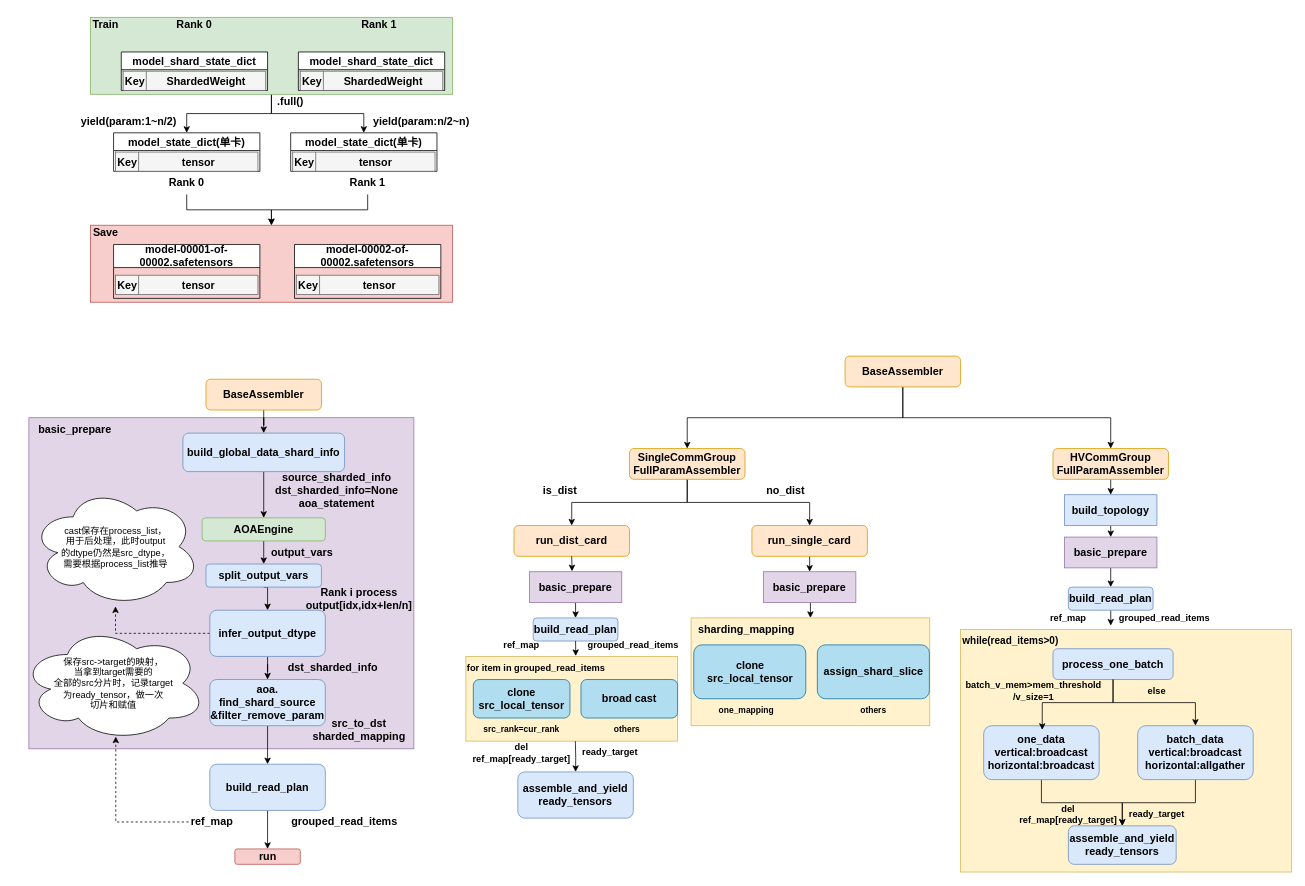
This is drawio_images/fullparam.drawio from zty-king/zty-king, a draw.io file, before an edit. Source tidied: cells renumbered, new cells numbered last; positions are measured from the earlier drawing's top-left corner, leaving out a move shared by most shapes. Both pictures are drawn from the tidied source at 77%, with x=0, y=0 at pixel (13, 13).
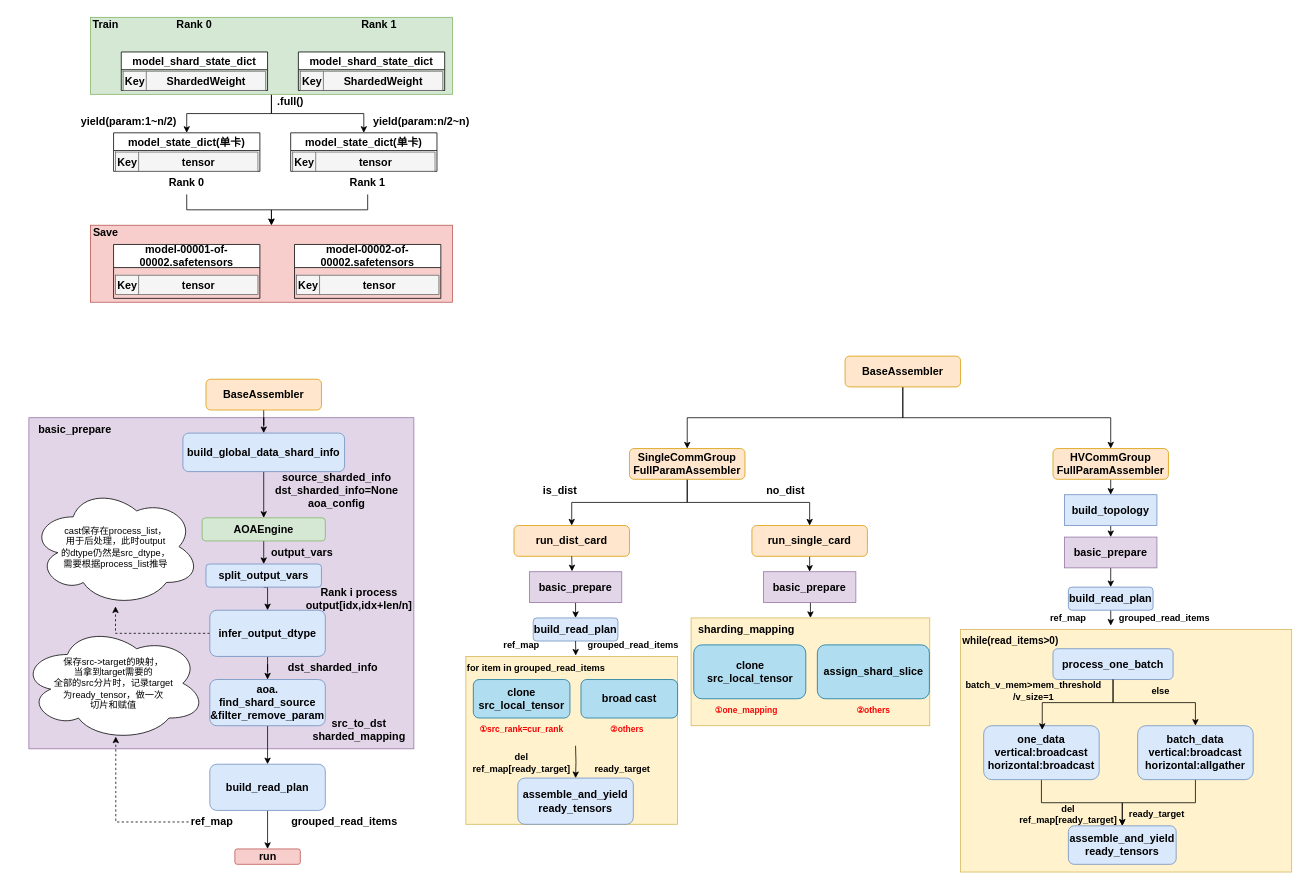
The same page after the edit.

What changed in the source:
```diff
@@
-    <mxCell id="54" value="&lt;div&gt;&lt;font style=&quot;font-size: 14px;&quot;&gt;&lt;b&gt;source_sharded_info&lt;/b&gt;&lt;b&gt;&lt;/b&gt;&lt;/font&gt;&lt;/div&gt;&lt;font style=&quot;font-size: 14px;&quot;&gt;&lt;b&gt;dst_sharded_info=None&lt;/b&gt;&lt;/font&gt;&lt;div&gt;&lt;font style=&quot;font-size: 14px;&quot;&gt;&lt;b&gt;aoa_statement&lt;/b&gt;&lt;/font&gt;&lt;/div&gt;" style="text;html=1;whiteSpace=wrap;strokeColor=none;fillColor=none;align=center;verticalAlign=middle;rounded=0;" parent="1" vertex="1">
+    <mxCell id="54" value="&lt;div&gt;&lt;font style=&quot;font-size: 14px;&quot;&gt;&lt;b&gt;source_sharded_info&lt;/b&gt;&lt;b&gt;&lt;/b&gt;&lt;/font&gt;&lt;/div&gt;&lt;font style=&quot;font-size: 14px;&quot;&gt;&lt;b&gt;dst_sharded_info=None&lt;/b&gt;&lt;/font&gt;&lt;div&gt;&lt;font style=&quot;font-size: 14px;&quot;&gt;&lt;b&gt;aoa_config&lt;/b&gt;&lt;/font&gt;&lt;/div&gt;" style="text;html=1;whiteSpace=wrap;strokeColor=none;fillColor=none;align=center;verticalAlign=middle;rounded=0;" parent="1" vertex="1">
       <mxGeometry x="390" y="605" width="60" height="30" as="geometry" />
     </mxCell>
@@
-    <mxCell id="98" value="&lt;span&gt;&lt;b&gt;one_mapping&lt;/b&gt;&lt;/span&gt;" style="text;html=1;whiteSpace=wrap;strokeColor=none;fillColor=none;align=center;verticalAlign=middle;rounded=0;fontSize=11;" parent="1" vertex="1">
+    <mxCell id="98" value="&lt;span&gt;&lt;b&gt;&lt;font style=&quot;color: light-dark(rgb(247, 8, 8), rgb(237, 237, 237));&quot;&gt;①one_mapping&lt;/font&gt;&lt;/b&gt;&lt;/span&gt;" style="text;html=1;whiteSpace=wrap;strokeColor=none;fillColor=none;align=center;verticalAlign=middle;rounded=0;fontSize=11;" parent="1" vertex="1">
       <mxGeometry x="922" y="890" width="60" height="30" as="geometry" />
     </mxCell>
-    <mxCell id="99" value="&lt;span&gt;&lt;b&gt;others&lt;/b&gt;&lt;/span&gt;" style="text;html=1;whiteSpace=wrap;strokeColor=none;fillColor=none;align=center;verticalAlign=middle;rounded=0;fontSize=11;" parent="1" vertex="1">
+    <mxCell id="99" value="&lt;span&gt;&lt;b&gt;&lt;font style=&quot;color: rgb(255, 0, 0);&quot;&gt;②others&lt;/font&gt;&lt;/b&gt;&lt;/span&gt;" style="text;html=1;whiteSpace=wrap;strokeColor=none;fillColor=none;align=center;verticalAlign=middle;rounded=0;fontSize=11;" parent="1" vertex="1">
       <mxGeometry x="1086.8" y="890" width="60" height="30" as="geometry" />
     </mxCell>
     <mxCell id="100" style="rounded=0;whiteSpace=wrap;html=1;fillColor=#fff2cc;strokeColor=#d6b656;" parent="1" vertex="1">
-      <mxGeometry x="587.5" y="835" width="275" height="110" as="geometry" />
+      <mxGeometry x="587.5" y="835" width="275" height="218" as="geometry" />
     </mxCell>
@@
-    <mxCell id="107" value="&lt;span&gt;&lt;b&gt;src_rank=cur_rank&lt;/b&gt;&lt;/span&gt;" style="text;html=1;whiteSpace=wrap;strokeColor=none;fillColor=none;align=center;verticalAlign=middle;rounded=0;fontSize=11;" parent="1" vertex="1">
+    <mxCell id="107" value="&lt;span&gt;&lt;b&gt;&lt;font style=&quot;color: light-dark(rgb(244, 1, 1), rgb(237, 237, 237));&quot;&gt;①src_rank=cur_rank&lt;/font&gt;&lt;/b&gt;&lt;/span&gt;" style="text;html=1;whiteSpace=wrap;strokeColor=none;fillColor=none;align=center;verticalAlign=middle;rounded=0;fontSize=11;" parent="1" vertex="1">
       <mxGeometry x="630" y="915" width="60" height="30" as="geometry" />
     </mxCell>
-    <mxCell id="108" value="&lt;span&gt;&lt;b&gt;others&lt;/b&gt;&lt;/span&gt;" style="text;html=1;whiteSpace=wrap;strokeColor=none;fillColor=none;align=center;verticalAlign=middle;rounded=0;fontSize=11;" parent="1" vertex="1">
+    <mxCell id="108" value="&lt;span&gt;&lt;b&gt;&lt;font style=&quot;color: light-dark(rgb(245, 10, 10), rgb(237, 237, 237));&quot;&gt;②others&lt;/font&gt;&lt;/b&gt;&lt;/span&gt;" style="text;html=1;whiteSpace=wrap;strokeColor=none;fillColor=none;align=center;verticalAlign=middle;rounded=0;fontSize=11;" parent="1" vertex="1">
       <mxGeometry x="767" y="915" width="60" height="30" as="geometry" />
     </mxCell>
     <mxCell id="109" value="assemble_and_yield&lt;div&gt;ready_tensors&lt;/div&gt;" style="rounded=1;whiteSpace=wrap;html=1;fillColor=#dae8fc;strokeColor=#6c8ebf;fontSize=14;fontStyle=1;" parent="1" vertex="1">
-      <mxGeometry x="655" y="985" width="150" height="60" as="geometry" />
+      <mxGeometry x="655" y="993" width="150" height="60" as="geometry" />
     </mxCell>
-    <mxCell id="110" style="edgeStyle=orthogonalEdgeStyle;rounded=0;jettySize=auto;html=1;exitX=0.5;exitY=1;exitDx=0;exitDy=0;entryX=0.5;entryY=0;entryDx=0;entryDy=0;" parent="1" edge="1" target="109">
+    <mxCell id="110" style="edgeStyle=orthogonalEdgeStyle;rounded=0;jettySize=auto;html=1;entryX=0.5;entryY=0;entryDx=0;entryDy=0;" parent="1" edge="1" target="109">
       <mxGeometry relative="1" as="geometry">
-        <mxPoint x="729.7" y="945" as="sourcePoint" />
+        <mxPoint x="730" y="951" as="sourcePoint" />
       </mxGeometry>
     </mxCell>
     <mxCell id="111" value="&lt;span&gt;&lt;b&gt;ready_target&lt;/b&gt;&lt;/span&gt;" style="text;html=1;whiteSpace=wrap;strokeColor=none;fillColor=none;align=center;verticalAlign=middle;rounded=0;fontSize=12;" parent="1" vertex="1">
-      <mxGeometry x="745" y="945" width="60" height="30" as="geometry" />
+      <mxGeometry x="761" y="967" width="60" height="30" as="geometry" />
     </mxCell>
     <mxCell id="112" value="&lt;span&gt;&lt;b&gt;del ref_map[&lt;/b&gt;&lt;/span&gt;&lt;b&gt;ready_target&lt;/b&gt;&lt;span&gt;&lt;b&gt;]&lt;/b&gt;&lt;/span&gt;" style="text;html=1;whiteSpace=wrap;strokeColor=none;fillColor=none;align=center;verticalAlign=middle;rounded=0;fontSize=12;" parent="1" vertex="1">
-      <mxGeometry x="615" y="945" width="90" height="30" as="geometry" />
+      <mxGeometry x="615" y="958" width="90" height="30" as="geometry" />
     </mxCell>
@@
     <mxCell id="132" value="else" style="text;html=1;whiteSpace=wrap;strokeColor=none;fillColor=none;align=center;verticalAlign=middle;rounded=0;fontSize=12;fontStyle=1;" parent="1" vertex="1">
-      <mxGeometry x="1460" y="865" width="50" height="30" as="geometry" />
+      <mxGeometry x="1465" y="865" width="50" height="30" as="geometry" />
     </mxCell>
```
